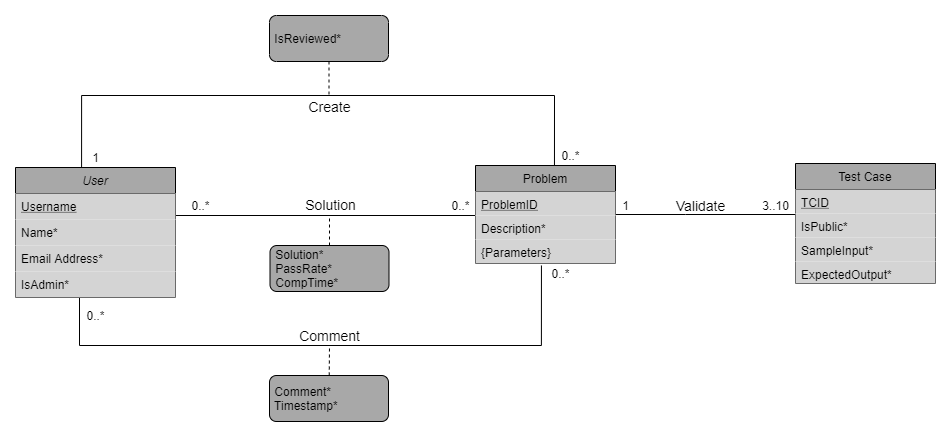
The draw.io diagram docs/img/CS360_Database_Design_Opaque.png in AlgoLearnWCSU/AlgoLearnApi, before a commit. Source tidied: cells renumbered, new cells last; positions are measured from the earlier drawing's top-left corner, leaving out a move shared by most shapes.
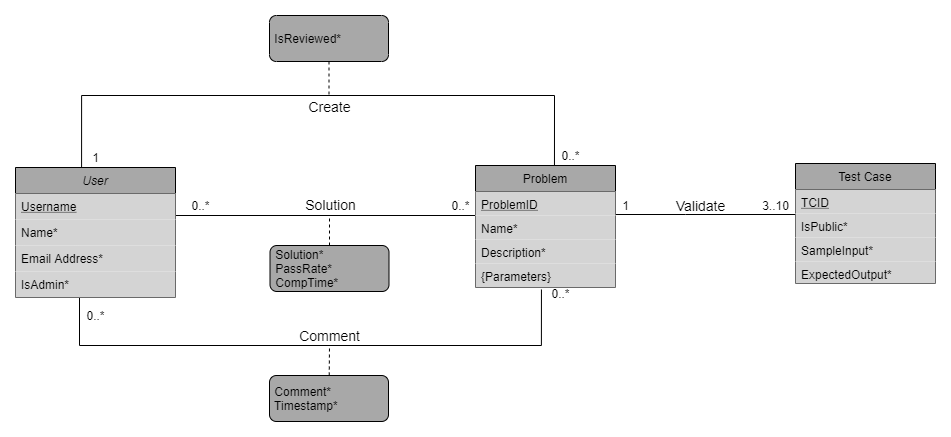
After the commit.

Commit message:
#2 Add name to Problem

Diff of the diagram source:
```diff
@@ -37,16 +37,19 @@
       </mxGeometry>
     </mxCell>
     <mxCell id="7" value="Problem" style="swimlane;fontStyle=0;horizontal=1;startSize=26;fillColor=#A8A8A8;" parent="1" vertex="1">
-      <mxGeometry x="460" y="150" width="140" height="98" as="geometry" />
+      <mxGeometry x="460" y="150" width="140" height="122" as="geometry" />
     </mxCell>
     <mxCell id="8" value="ProblemID&#10;" style="text;strokeColor=none;align=left;verticalAlign=top;spacingLeft=4;spacingRight=4;overflow=hidden;points=[[0,0.5],[1,0.5]];portConstraint=eastwest;fontStyle=4;fillColor=#D4D4D4;" parent="7" vertex="1">
       <mxGeometry y="26" width="140" height="24" as="geometry" />
     </mxCell>
+    <mxCell id="38" value="Name*" style="text;strokeColor=none;align=left;verticalAlign=top;spacingLeft=4;spacingRight=4;overflow=hidden;fontStyle=0;fillColor=#D4D4D4;" parent="7" vertex="1">
+      <mxGeometry y="50" width="140" height="24" as="geometry" />
+    </mxCell>
     <mxCell id="9" value="Description*" style="text;strokeColor=none;align=left;verticalAlign=top;spacingLeft=4;spacingRight=4;overflow=hidden;fontStyle=0;fillColor=#D4D4D4;" parent="7" vertex="1">
-      <mxGeometry y="50" width="140" height="24" as="geometry" />
+      <mxGeometry y="74" width="140" height="24" as="geometry" />
     </mxCell>
     <mxCell id="10" value="{Parameters}" style="text;strokeColor=none;align=left;verticalAlign=top;spacingLeft=4;spacingRight=4;overflow=hidden;points=[[0,0.5],[1,0.5]];portConstraint=eastwest;fontStyle=0;fillColor=#D4D4D4;" parent="7" vertex="1">
-      <mxGeometry y="74" width="140" height="24" as="geometry" />
+      <mxGeometry y="98" width="140" height="24" as="geometry" />
     </mxCell>
     <mxCell id="11" value="0..*" style="text;html=1;align=center;verticalAlign=middle;" parent="1" vertex="1">
       <mxGeometry x="430" y="180" width="30" height="20" as="geometry" />
@@ -85,7 +88,7 @@
       </mxGeometry>
     </mxCell>
     <mxCell id="20" value="0..*" style="text;html=1;align=center;verticalAlign=middle;" parent="1" vertex="1">
-      <mxGeometry x="530" y="248" width="30" height="20" as="geometry" />
+      <mxGeometry x="530" y="268" width="30" height="20" as="geometry" />
     </mxCell>
     <mxCell id="21" value="0..*" style="text;html=1;align=center;verticalAlign=middle;" parent="1" vertex="1">
       <mxGeometry x="65" y="290" width="30" height="20" as="geometry" />
```
